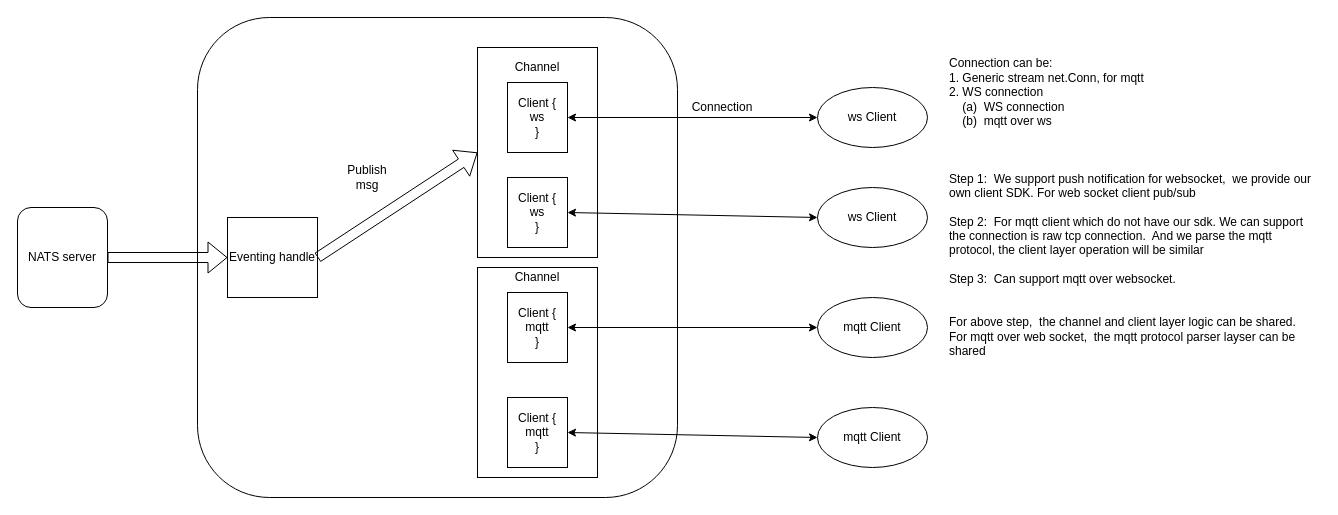
The draw.io diagram page "Push service" (3 of 3) of HP/whole_auth.drawio in zhangwm1987/mydraw_io, before the edit. Source tidied: cells renumbered, new cells numbered last; positions are measured from the earlier drawing's top-left corner, leaving out a move shared by most shapes. Both pictures are drawn from the tidied source at 100%, with x=0, y=0 at pixel (17, 17).
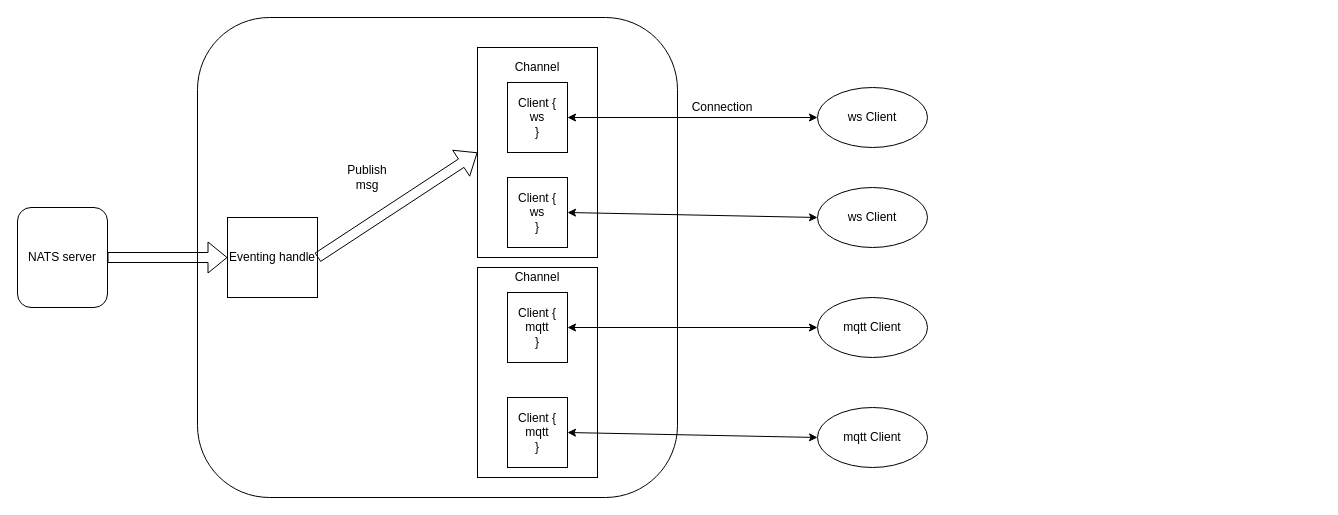
The same page after the edit.

The edit, as a diff of the source:
```diff
@@
-    <mxCell id="25" value="Connection can be:&lt;br&gt;&lt;span&gt;1. Generic stream net.Conn, for mqtt&lt;/span&gt;&lt;br&gt;&lt;span&gt;2. WS connection&amp;nbsp; &amp;nbsp; &amp;nbsp;&lt;/span&gt;&lt;br&gt;&lt;span&gt;&amp;nbsp; &amp;nbsp; (a)&amp;nbsp; WS connection&amp;nbsp;&lt;br&gt;&amp;nbsp; &amp;nbsp; (b)&amp;nbsp; mqtt over ws&amp;nbsp; &amp;nbsp; &lt;br&gt;&lt;br&gt;&amp;nbsp;&lt;br&gt;&lt;/span&gt;&lt;br&gt;Step 1:&amp;nbsp; We support push notification for websocket,&amp;nbsp; we provide our own client SDK. For web socket client pub/sub&lt;br&gt;&lt;br&gt;Step 2:&amp;nbsp; For mqtt client which do not have our sdk. We can support the connection is raw tcp connection.&amp;nbsp; And we parse the mqtt protocol, the client layer operation will be similar&lt;br&gt;&lt;br&gt;Step 3:&amp;nbsp; Can support mqtt over websocket.&lt;br&gt;&lt;br&gt;&lt;br&gt;For above step,&amp;nbsp; the channel and client layer logic can be shared.&lt;br&gt;For mqtt over web socket,&amp;nbsp; the mqtt protocol parser layser can be shared" style="text;html=1;strokeColor=none;fillColor=none;align=left;verticalAlign=middle;whiteSpace=wrap;rounded=0;" parent="1" vertex="1">
-      <mxGeometry x="930" width="373" height="380" as="geometry" />
-    </mxCell>
```
